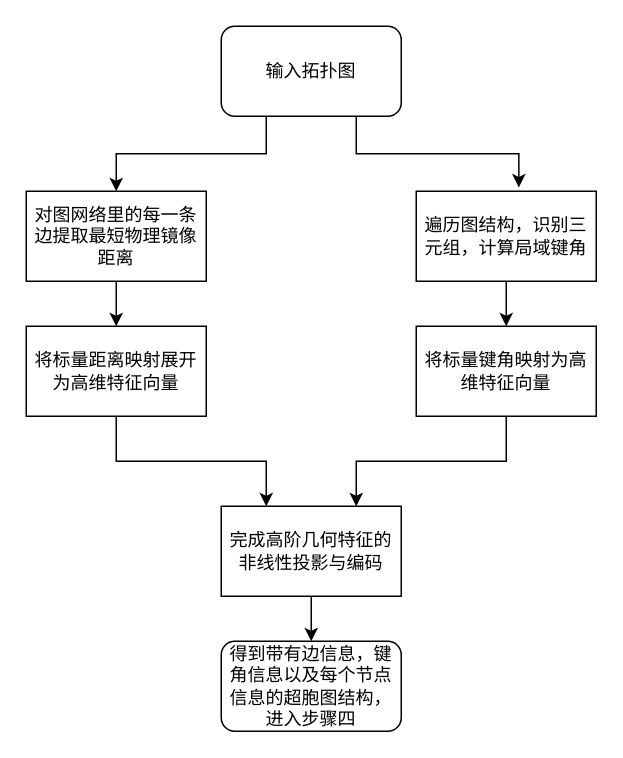
This is 步骤三.drawio from wuleyan2004/defect_formation_energy_prediction, a draw.io file, before an edit. Source tidied: cells renumbered, new cells numbered last; positions are measured from the earlier drawing's top-left corner, leaving out a move shared by most shapes. Both pictures are drawn from the tidied source at 150%, with x=0, y=0 at pixel (26, 26).
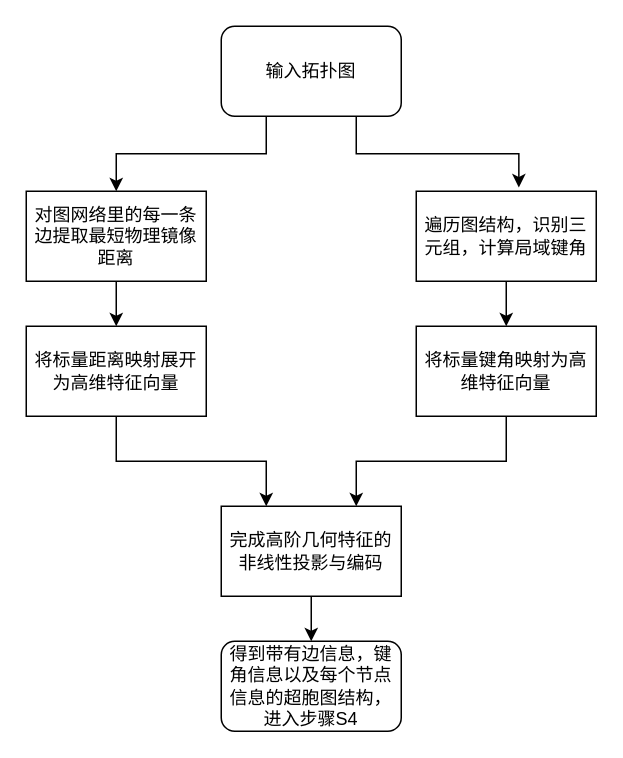
After the change.

Commit message:
更新步骤三.drawio

Change to the diagram source:
```diff
@@
 <mxGraphModel>
   <root>
     <mxCell id="0" />
     <mxCell id="1" parent="0" />
     <mxCell id="2" style="edgeStyle=orthogonalEdgeStyle;rounded=0;jettySize=auto;html=1;exitX=0.25;exitY=1;exitDx=0;exitDy=0;entryX=0.5;entryY=0;entryDx=0;entryDy=0;" parent="1" edge="1" source="15" target="4">
       <mxGeometry relative="1" as="geometry" />
     </mxCell>
     <mxCell id="3" style="edgeStyle=orthogonalEdgeStyle;rounded=0;jettySize=auto;html=1;exitX=0.5;exitY=1;exitDx=0;exitDy=0;entryX=0.5;entryY=0;entryDx=0;entryDy=0;" parent="1" edge="1" source="4" target="6">
       <mxGeometry relative="1" as="geometry" />
     </mxCell>
     <mxCell id="4" value="对图网络里的每一条边提取最短物理镜像距离" style="rounded=0;whiteSpace=wrap;html=1;" parent="1" vertex="1">
       <mxGeometry y="110" width="120" height="60" as="geometry" />
     </mxCell>
     <mxCell id="5" style="edgeStyle=orthogonalEdgeStyle;rounded=0;jettySize=auto;html=1;exitX=0.5;exitY=1;exitDx=0;exitDy=0;entryX=0.25;entryY=0;entryDx=0;entryDy=0;" parent="1" edge="1" source="6" target="12">
       <mxGeometry relative="1" as="geometry" />
     </mxCell>
     <mxCell id="6" value="将标量距离映射展开为高维特征向量" style="rounded=0;whiteSpace=wrap;html=1;" parent="1" vertex="1">
       <mxGeometry y="200" width="120" height="60" as="geometry" />
     </mxCell>
     <mxCell id="7" style="edgeStyle=orthogonalEdgeStyle;rounded=0;jettySize=auto;html=1;exitX=0.5;exitY=1;exitDx=0;exitDy=0;entryX=0.5;entryY=0;entryDx=0;entryDy=0;" parent="1" edge="1" source="8" target="10">
       <mxGeometry relative="1" as="geometry" />
     </mxCell>
     <mxCell id="8" value="遍历图结构，识别三元组，计算局域键角" style="rounded=0;whiteSpace=wrap;html=1;" parent="1" vertex="1">
       <mxGeometry x="260" y="110" width="120" height="60" as="geometry" />
     </mxCell>
     <mxCell id="9" style="edgeStyle=orthogonalEdgeStyle;rounded=0;jettySize=auto;html=1;exitX=0.5;exitY=1;exitDx=0;exitDy=0;entryX=0.75;entryY=0;entryDx=0;entryDy=0;" parent="1" edge="1" source="10" target="12">
       <mxGeometry relative="1" as="geometry" />
     </mxCell>
     <mxCell id="10" value="将标量键角映射为高维特征向量" style="rounded=0;whiteSpace=wrap;html=1;" parent="1" vertex="1">
       <mxGeometry x="260" y="200" width="120" height="60" as="geometry" />
     </mxCell>
     <mxCell id="11" style="edgeStyle=orthogonalEdgeStyle;rounded=0;jettySize=auto;html=1;exitX=0.5;exitY=1;exitDx=0;exitDy=0;entryX=0.5;entryY=0;entryDx=0;entryDy=0;" parent="1" edge="1" source="12" target="14">
       <mxGeometry relative="1" as="geometry" />
     </mxCell>
     <mxCell id="12" value="完成高阶几何特征的非线性投影与编码" style="rounded=0;whiteSpace=wrap;html=1;" parent="1" vertex="1">
       <mxGeometry x="130" y="320" width="120" height="60" as="geometry" />
     </mxCell>
     <mxCell id="13" style="edgeStyle=orthogonalEdgeStyle;rounded=0;jettySize=auto;html=1;exitX=0.75;exitY=1;exitDx=0;exitDy=0;entryX=0.57;entryY=-0.042;entryDx=0;entryDy=0;entryPerimeter=0;" parent="1" edge="1" source="15" target="8">
       <mxGeometry relative="1" as="geometry" />
     </mxCell>
-    <mxCell id="14" value="得到带有边信息，键角信息以及每个节点信息的超胞图结构，进入步骤四" style="rounded=1;whiteSpace=wrap;html=1;" parent="1" vertex="1">
+    <mxCell id="14" value="得到带有边信息，键角信息以及每个节点信息的超胞图结构，进入步骤S4" style="rounded=1;whiteSpace=wrap;html=1;" parent="1" vertex="1">
       <mxGeometry x="130" y="410" width="120" height="60" as="geometry" />
     </mxCell>
     <mxCell id="15" value="输入拓扑图" style="rounded=1;whiteSpace=wrap;html=1;" parent="1" vertex="1">
       <mxGeometry x="130" width="120" height="60" as="geometry" />
     </mxCell>
   </root>
 </mxGraphModel>
```
